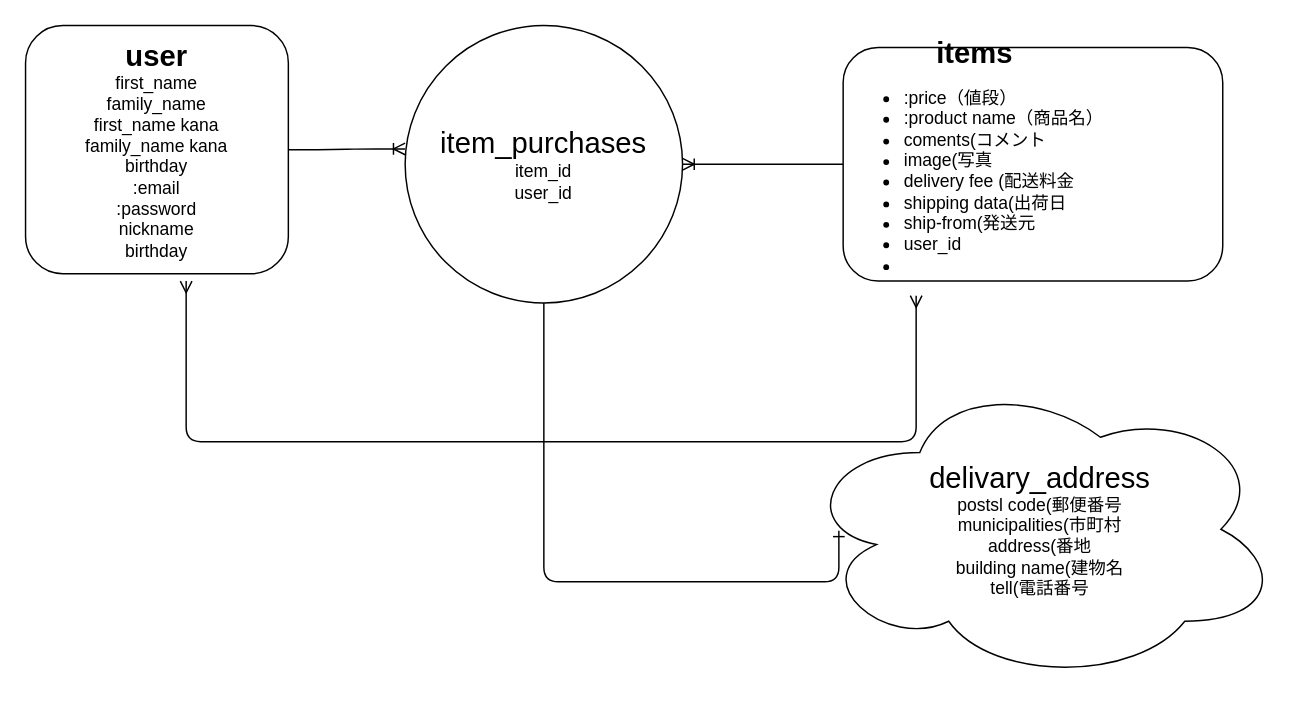
tosihisamitunaga/furima_28378 keeps this draw.io diagram as ER.drawio. Above is the earlier version. Source tidied: cells renumbered, new cells numbered last; positions are measured from the earlier drawing's top-left corner, leaving out a move shared by most shapes. Both pictures are drawn from the tidied source at 146%, with x=0, y=0 at pixel (25, 25).
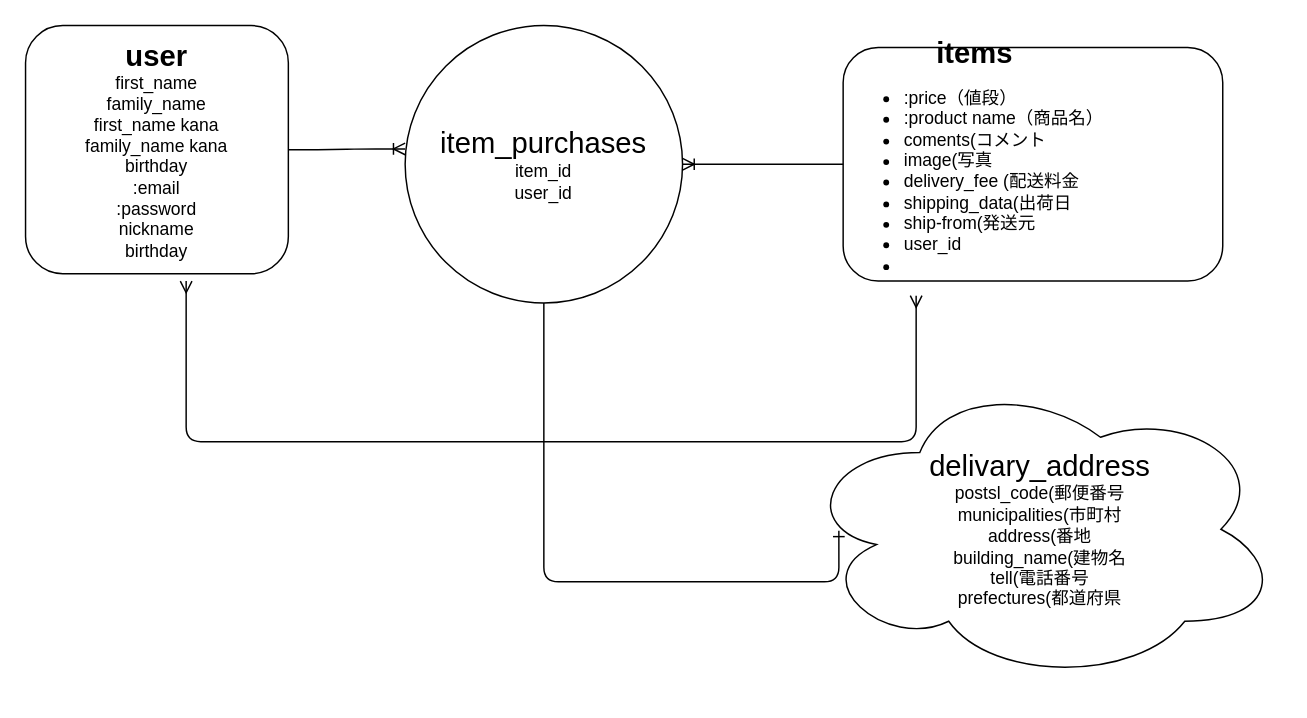
After the change.

Commit message:
テーブル設計　修正１１

The edit, as a diff of the source:
```diff
@@
 <mxGraphModel>
   <root>
     <mxCell id="0" />
     <mxCell id="1" parent="0" />
     <mxCell id="2" value="&lt;b style=&quot;font-size: 20px&quot;&gt;user&lt;br&gt;&lt;/b&gt;first_name&lt;br&gt;family_name&lt;br&gt;first_name kana&lt;br&gt;family_name kana&lt;br&gt;birthday&lt;br&gt;:email&lt;br&gt;:password&lt;br&gt;nickname&lt;br&gt;birthday" style="rounded=1;whiteSpace=wrap;html=1;" parent="1" vertex="1">
       <mxGeometry width="180" height="170" as="geometry" />
     </mxCell>
-    <mxCell id="3" value="&lt;span&gt;&lt;br&gt;&lt;br&gt;&lt;br&gt;&lt;br&gt;&lt;font style=&quot;font-size: 20px&quot;&gt;delivary_address&lt;/font&gt;&lt;br&gt;postsl code(郵便番号&lt;br&gt;municipalities(市町村&lt;br&gt;address(番地&lt;br&gt;building name(建物名&lt;br&gt;tell(電話番号&lt;br&gt;&lt;br&gt;&lt;br&gt;&lt;br&gt;&lt;br&gt;&lt;/span&gt;" style="ellipse;shape=cloud;whiteSpace=wrap;html=1;" parent="1" vertex="1">
+    <mxCell id="3" value="&lt;span&gt;&lt;br&gt;&lt;br&gt;&lt;br&gt;&lt;br&gt;&lt;font style=&quot;font-size: 20px&quot;&gt;delivary_address&lt;/font&gt;&lt;br&gt;postsl_code(郵便番号&lt;br&gt;municipalities(市町村&lt;br&gt;address(番地&lt;br&gt;building_name(建物名&lt;br&gt;tell(電話番号&lt;br&gt;prefectures(都道府県&lt;br&gt;&lt;br&gt;&lt;br&gt;&lt;br&gt;&lt;br&gt;&lt;/span&gt;" style="ellipse;shape=cloud;whiteSpace=wrap;html=1;" parent="1" vertex="1">
       <mxGeometry x="530" y="240" width="330" height="210" as="geometry" />
     </mxCell>
-    <mxCell id="4" value="&lt;div style=&quot;text-align: center&quot;&gt;&lt;b&gt;&lt;font style=&quot;font-size: 20px&quot;&gt;items&lt;/font&gt;&lt;/b&gt;&lt;/div&gt;&lt;ul&gt;&lt;li&gt;:price（値段）&lt;/li&gt;&lt;li&gt;:product name（商品名）&lt;/li&gt;&lt;li&gt;coments(コメント&lt;/li&gt;&lt;li&gt;image(写真&lt;/li&gt;&lt;li&gt;delivery fee (配送料金&lt;/li&gt;&lt;li&gt;shipping data(出荷日&lt;/li&gt;&lt;li&gt;ship-from(発送元&lt;/li&gt;&lt;li&gt;user_id&lt;/li&gt;&lt;li&gt;&lt;br&gt;&lt;/li&gt;&lt;/ul&gt;" style="rounded=1;whiteSpace=wrap;html=1;align=left;" parent="1" vertex="1">
+    <mxCell id="4" value="&lt;div style=&quot;text-align: center&quot;&gt;&lt;b&gt;&lt;font style=&quot;font-size: 20px&quot;&gt;items&lt;/font&gt;&lt;/b&gt;&lt;/div&gt;&lt;ul&gt;&lt;li&gt;:price（値段）&lt;/li&gt;&lt;li&gt;:product name（商品名）&lt;/li&gt;&lt;li&gt;coments(コメント&lt;/li&gt;&lt;li&gt;image(写真&lt;/li&gt;&lt;li&gt;delivery_fee (配送料金&lt;/li&gt;&lt;li&gt;shipping_data(出荷日&lt;/li&gt;&lt;li&gt;ship-from(発送元&lt;/li&gt;&lt;li&gt;user_id&lt;/li&gt;&lt;li&gt;&lt;br&gt;&lt;/li&gt;&lt;/ul&gt;" style="rounded=1;whiteSpace=wrap;html=1;align=left;" parent="1" vertex="1">
       <mxGeometry x="560" y="15" width="260" height="160" as="geometry" />
     </mxCell>
     <mxCell id="5" value="&lt;font style=&quot;font-size: 20px&quot;&gt;item_purchases&lt;/font&gt;&lt;br&gt;item_id&lt;br&gt;user_id" style="ellipse;whiteSpace=wrap;html=1;align=center;" parent="1" vertex="1">
       <mxGeometry x="260" width="190" height="190" as="geometry" />
     </mxCell>
     <mxCell id="6" style="fontSize=12;html=1;endArrow=ERoneToMany;" parent="1" edge="1" source="4">
       <mxGeometry relative="1" as="geometry">
         <mxPoint x="450" y="95" as="targetPoint" />
       </mxGeometry>
     </mxCell>
     <mxCell id="7" style="edgeStyle=entityRelationEdgeStyle;fontSize=12;html=1;endArrow=ERoneToMany;" parent="1" edge="1">
       <mxGeometry relative="1" as="geometry">
         <mxPoint x="180" y="85" as="sourcePoint" />
         <mxPoint x="260" y="84.5" as="targetPoint" />
       </mxGeometry>
     </mxCell>
     <mxCell id="8" style="edgeStyle=orthogonalEdgeStyle;fontSize=12;html=1;endArrow=ERmany;startArrow=ERmany;" parent="1" edge="1">
       <mxGeometry relative="1" as="geometry">
         <mxPoint x="110" y="175" as="sourcePoint" />
         <mxPoint x="610" y="185" as="targetPoint" />
         <Array as="points">
           <mxPoint x="110" y="285" />
           <mxPoint x="610" y="285" />
         </Array>
       </mxGeometry>
     </mxCell>
     <mxCell id="9" style="edgeStyle=orthogonalEdgeStyle;fontSize=12;html=1;endArrow=ERone;endFill=1;exitX=0.5;exitY=1;exitDx=0;exitDy=0;entryX=0.082;entryY=0.505;entryDx=0;entryDy=0;entryPerimeter=0;" parent="1" edge="1" source="5" target="3">
       <mxGeometry relative="1" as="geometry">
         <Array as="points">
           <mxPoint x="355" y="381" />
         </Array>
       </mxGeometry>
     </mxCell>
   </root>
 </mxGraphModel>
```
